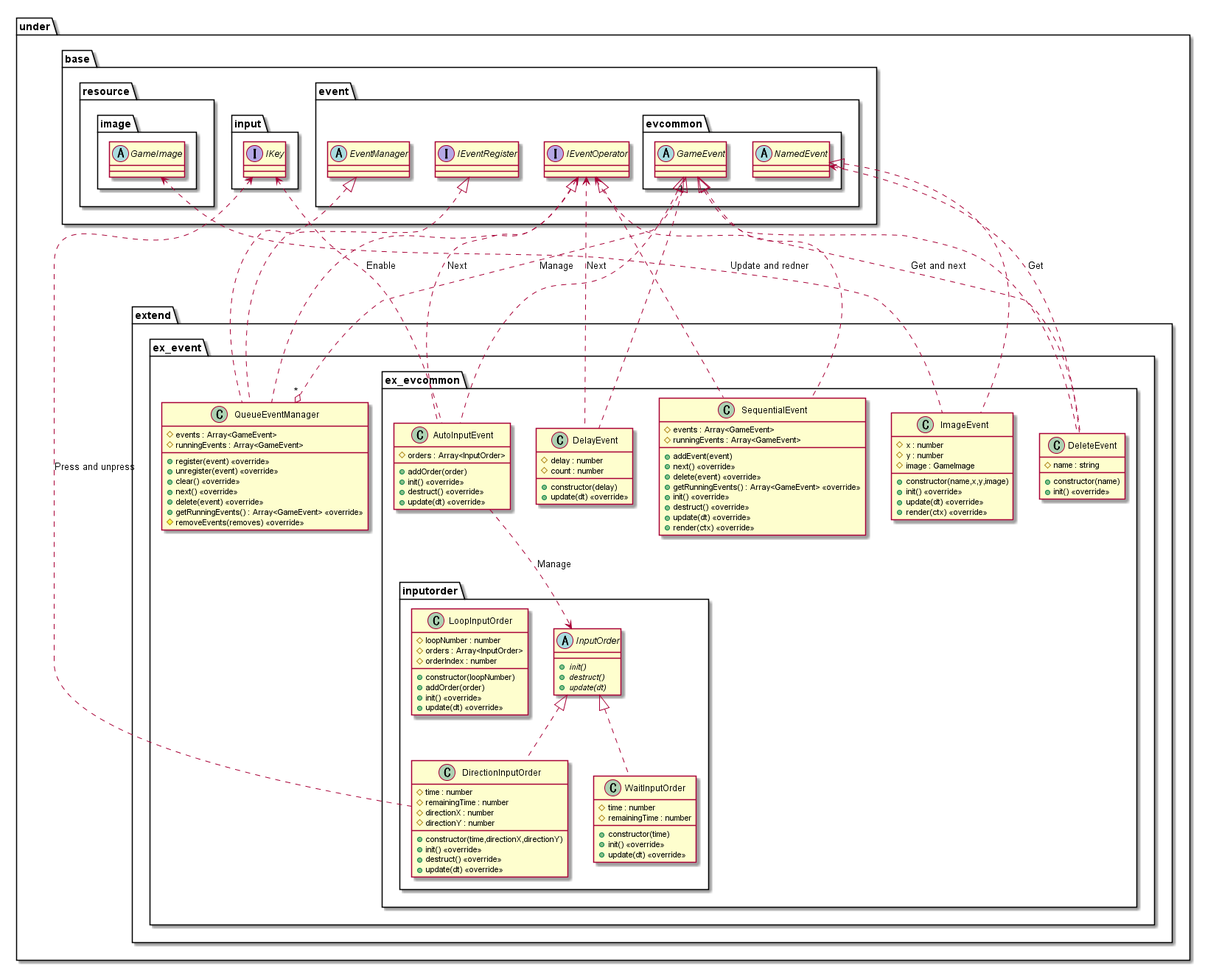
Above: out/uml/event/Extend/EventExtend.png in Expine/Under (PlantUML), before the change.
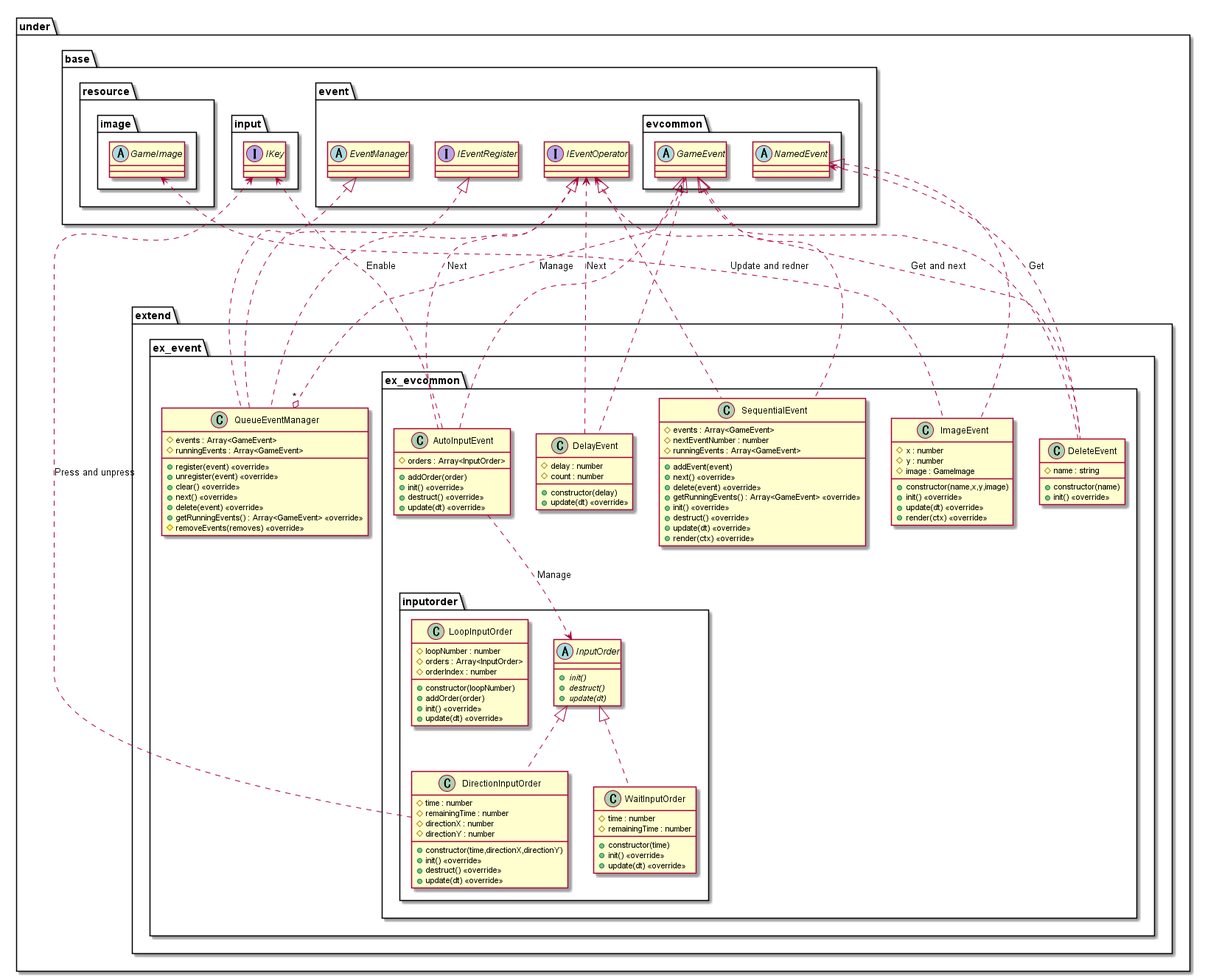
The same file after the commit.

Diff of the diagram source:
```diff
@@ -77,6 +77,7 @@
                 }
                 class SequentialEvent {
                     #events : Array<GameEvent>
+                    #nextEventNumber : number
                     #runningEvents : Array<GameEvent>
                     +addEvent(event)
                     +next() <<override>>
```
